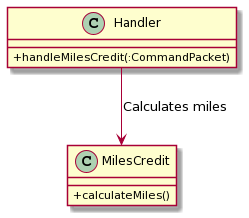
Above: docs/uml_images/financetools/MilesCredit/MilesCreditClassDiagram.png in nus-cs2113-AY2021S1/tp (PlantUML), before the change.
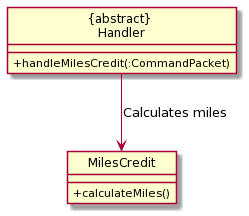
Above is the later version.

What changed in the source:
```diff
@@ -1,6 +1,7 @@
 @startuml
+hide circle
 skinparam classAttributeIconSize 0
-class Handler {
+class "{abstract} \nHandler" {
  +handleMilesCredit(:CommandPacket)
 }
 
@@ -8,5 +9,5 @@
  +calculateMiles()
 }
 
-Handler --> MilesCredit : Calculates miles
+"{abstract} \nHandler" --> MilesCredit : Calculates miles
 @enduml
```
